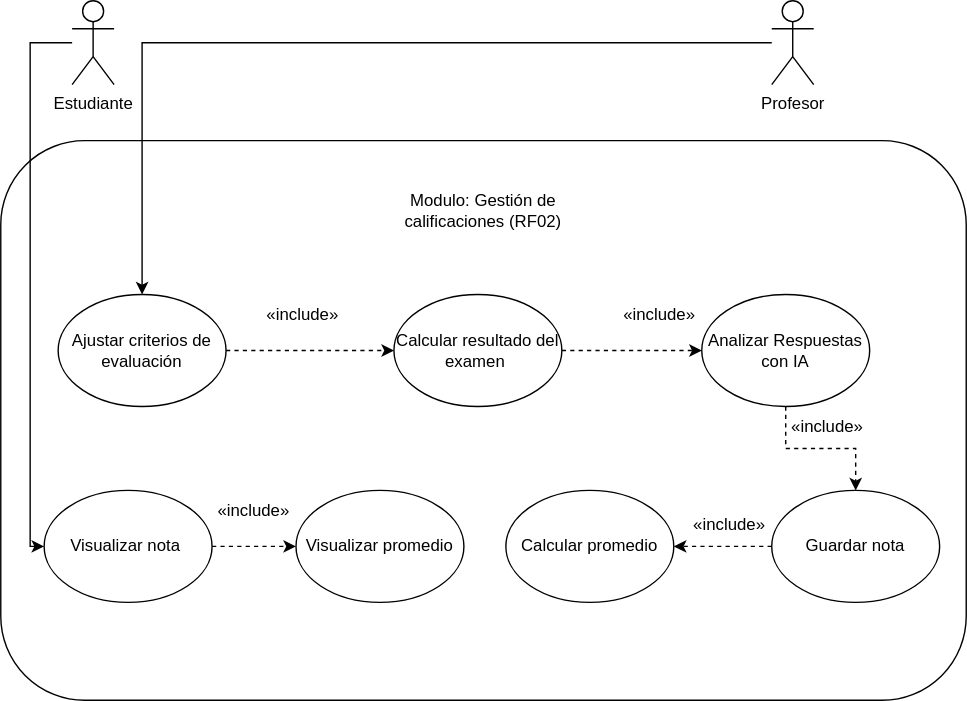
This is docs/diagrams/usecases/UCD-gestionDeCalificaciones.svg from Juanb7737/calificia, a draw.io export, as it was before one commit. Source tidied: cells renumbered, new cells last; positions are measured from the earlier drawing's top-left corner, leaving out a move shared by most shapes.
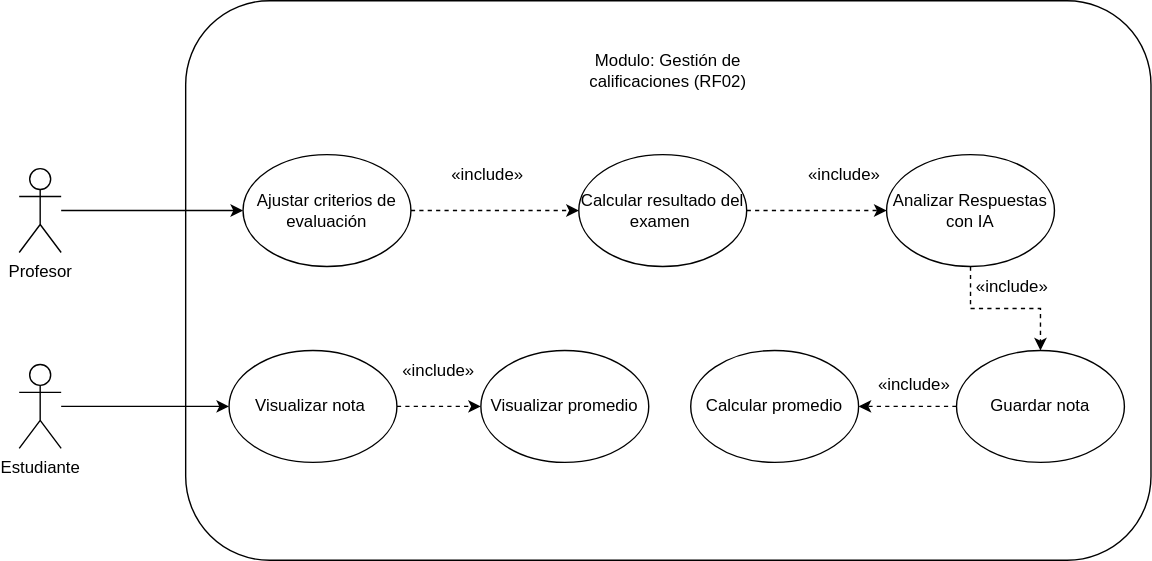
Above is the later version.

Diff of the diagram source:
```diff
@@ -37,23 +37,19 @@
     <mxCell id="11" style="edgeStyle=orthogonalEdgeStyle;rounded=0;jettySize=auto;html=1;entryX=0;entryY=0.5;entryDx=0;entryDy=0;" parent="1" edge="1" source="12" target="10">
       <mxGeometry relative="1" as="geometry">
         <Array as="points">
-          <mxPoint x="21" y="30" />
-          <mxPoint x="21" y="390" />
+          <mxPoint x="-29" y="390" />
+          <mxPoint x="-29" y="390" />
         </Array>
       </mxGeometry>
     </mxCell>
     <mxCell id="12" value="Estudiante" style="shape=umlActor;verticalLabelPosition=bottom;verticalAlign=top;html=1;outlineConnect=0;" parent="1" vertex="1">
-      <mxGeometry x="51" width="30" height="60" as="geometry" />
+      <mxGeometry x="-119" y="360" width="30" height="60" as="geometry" />
     </mxCell>
     <mxCell id="13" value="Profesor" style="shape=umlActor;verticalLabelPosition=bottom;verticalAlign=top;html=1;outlineConnect=0;" parent="1" vertex="1">
-      <mxGeometry x="551" width="30" height="60" as="geometry" />
+      <mxGeometry x="-119" y="220" width="30" height="60" as="geometry" />
     </mxCell>
-    <mxCell id="14" style="edgeStyle=orthogonalEdgeStyle;rounded=0;jettySize=auto;html=1;entryX=0.5;entryY=0;entryDx=0;entryDy=0;" parent="1" edge="1" source="13" target="4">
-      <mxGeometry relative="1" as="geometry">
-        <Array as="points">
-          <mxPoint x="101" y="30" />
-        </Array>
-      </mxGeometry>
+    <mxCell id="14" style="edgeStyle=orthogonalEdgeStyle;rounded=0;jettySize=auto;html=1;entryX=0;entryY=0.5;entryDx=0;entryDy=0;" parent="1" edge="1" source="13" target="4">
+      <mxGeometry relative="1" as="geometry" />
     </mxCell>
     <mxCell id="15" value="Modulo: Gestión de calificaciones (RF02)" style="text;html=1;align=center;verticalAlign=middle;whiteSpace=wrap;rounded=0;" parent="1" vertex="1">
       <mxGeometry x="260" y="120" width="170" height="60" as="geometry" />
```
